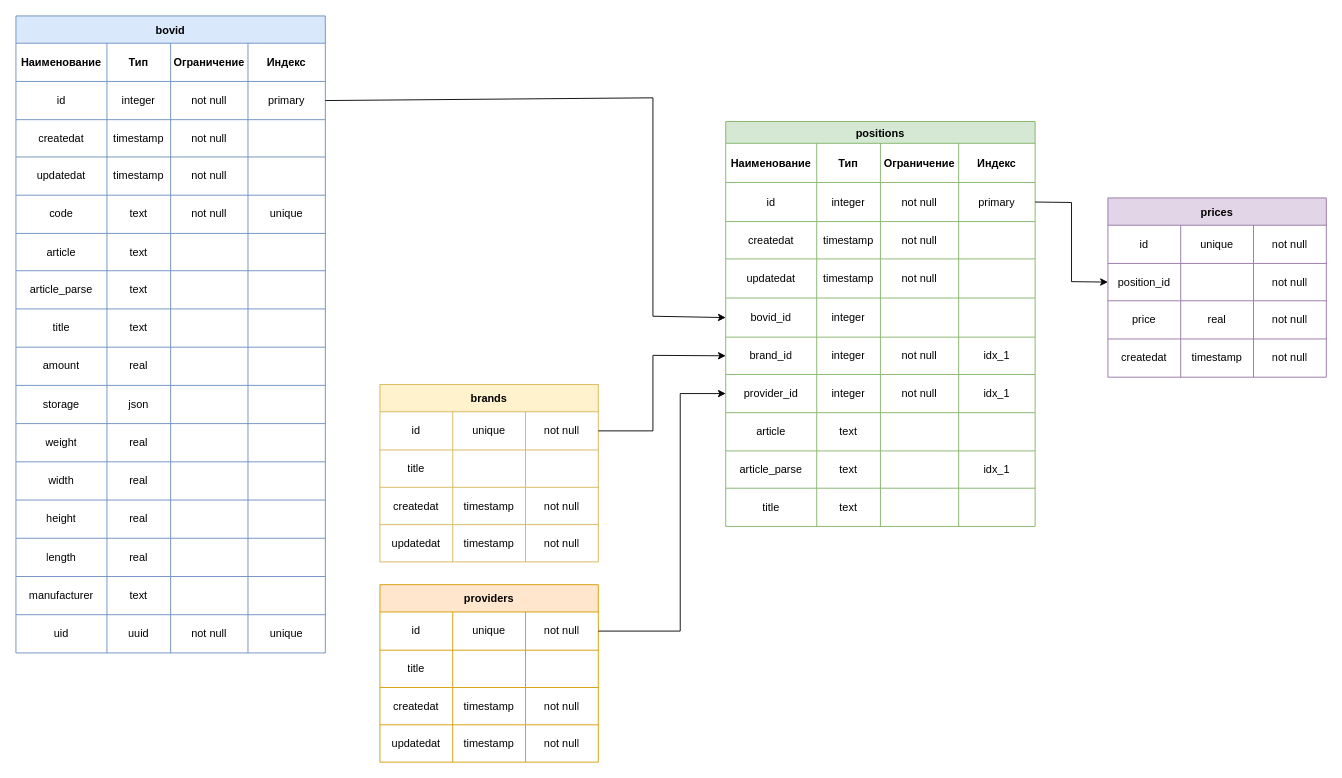
Before: page "Page-1" (1 of 2) of docs/schema/db.drawio in GeoS74/bridge, a draw.io diagram. Source tidied: cells renumbered, new cells numbered last; positions are measured from the earlier drawing's top-left corner, leaving out a move shared by most shapes. Both pictures are drawn from the tidied source at 91%, with x=0, y=0 at pixel (15, 15).
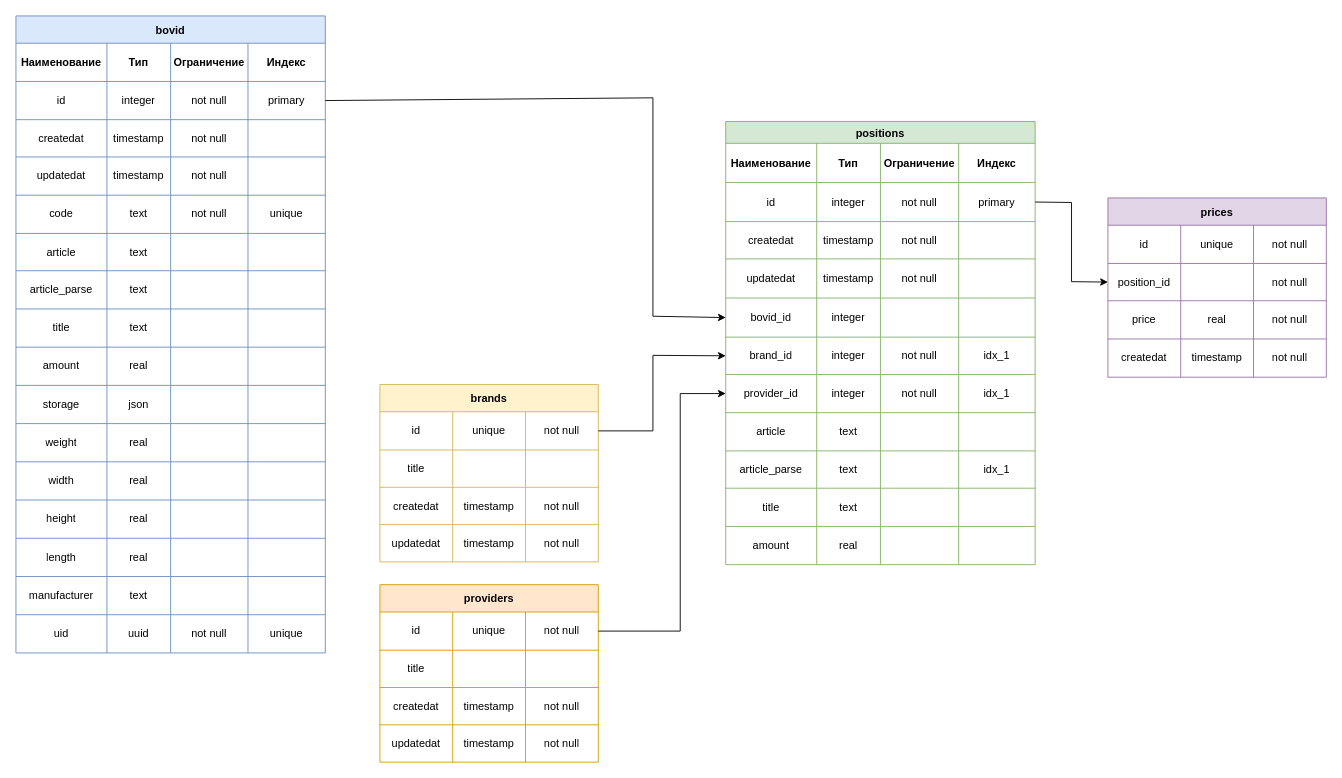
Above is the later version.

Change to the diagram source:
```diff
@@
     <mxCell id="83" value="positions" style="shape=table;startSize=24;childLayout=tableLayout;fontStyle=1;align=center;fillColor=#d5e8d4;strokeColor=#82b366;" parent="1" vertex="1">
-      <mxGeometry x="780" y="116" width="340" height="445" as="geometry" />
+      <mxGeometry x="780" y="116" width="340" height="487" as="geometry" />
     </mxCell>
@@
+    <mxCell id="189" style="shape=tableRow;horizontal=0;startSize=0;swimlaneHead=0;swimlaneBody=0;top=0;left=0;bottom=0;right=0;fillColor=none;" parent="83" vertex="1">
+      <mxGeometry y="445" width="340" height="42" as="geometry" />
+    </mxCell>
+    <mxCell id="190" value="amount" style="shape=partialRectangle;html=1;whiteSpace=wrap;fillColor=none;top=0;left=0;bottom=0;right=0;overflow=hidden;strokeColor=#b85450;" parent="189" vertex="1">
+      <mxGeometry width="100" height="42" as="geometry" />
+    </mxCell>
+    <mxCell id="191" value="real" style="shape=partialRectangle;html=1;whiteSpace=wrap;fillColor=none;top=0;left=0;bottom=0;right=0;overflow=hidden;strokeColor=#b85450;" parent="189" vertex="1">
+      <mxGeometry x="100" width="70" height="42" as="geometry" />
+    </mxCell>
+    <mxCell id="192" style="shape=partialRectangle;html=1;whiteSpace=wrap;fillColor=none;top=0;left=0;bottom=0;right=0;overflow=hidden;strokeColor=#b85450;" parent="189" vertex="1">
+      <mxGeometry x="170" width="86" height="42" as="geometry" />
+    </mxCell>
+    <mxCell id="193" style="shape=partialRectangle;html=1;whiteSpace=wrap;fillColor=none;top=0;left=0;bottom=0;right=0;overflow=hidden;strokeColor=#b85450;" parent="189" vertex="1">
+      <mxGeometry x="256" width="84" height="42" as="geometry" />
+    </mxCell>
```
